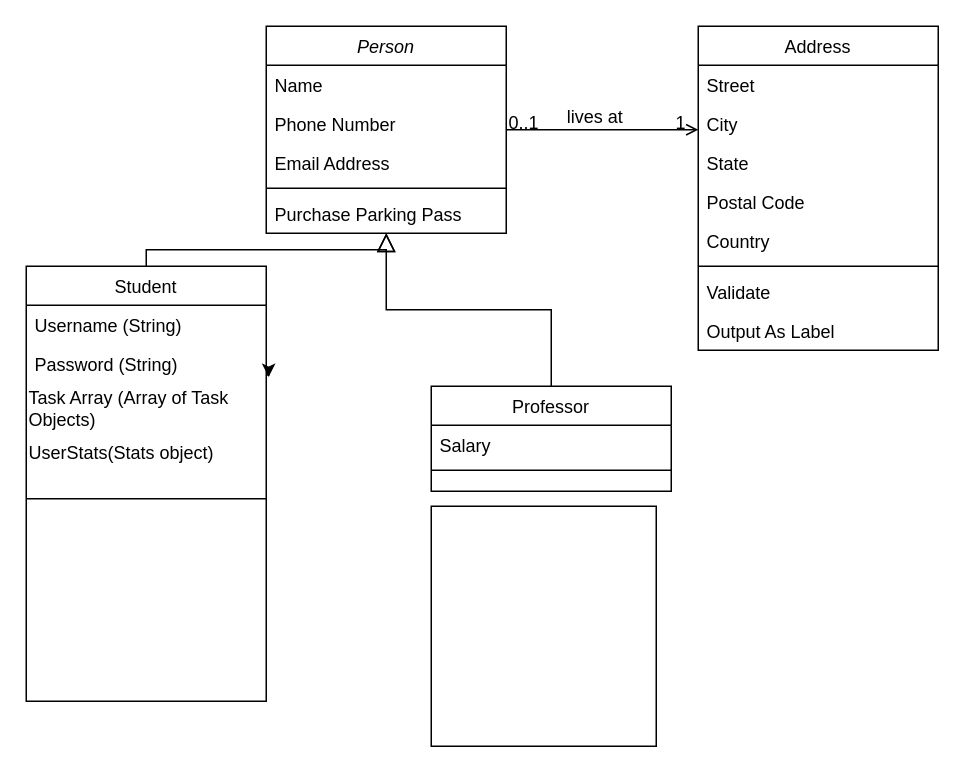
DROFEL/Please_Compile_ProSchoolar keeps this draw.io diagram as Untitled Diagram.drawio. Above is the earlier version. Source tidied: cells renumbered, new cells numbered last; positions are measured from the earlier drawing's top-left corner, leaving out a move shared by most shapes. Both pictures are drawn from the tidied source at 150%, with x=0, y=0 at pixel (26, 26).
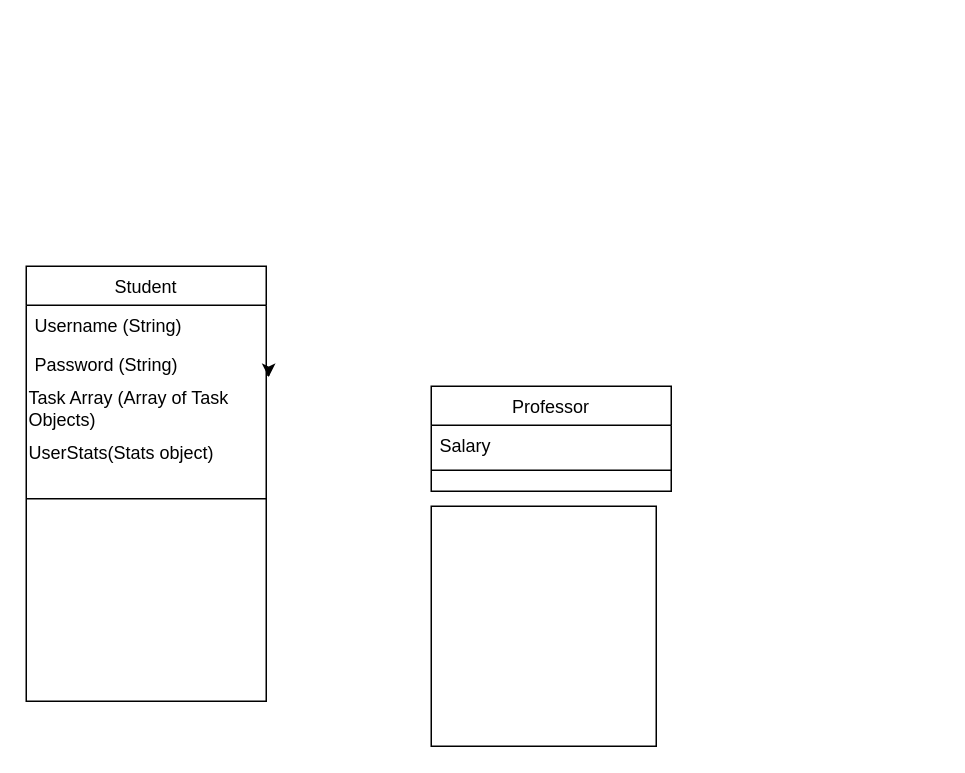
Above is the later version.

Unchanged cells that the change refers to:
```xml
<mxCell id="8" value="Student" style="swimlane;fontStyle=0;align=center;verticalAlign=top;horizontal=1;startSize=26;rounded=0;shadow=0;strokeWidth=1;" parent="1" vertex="1">
  <mxGeometry y="160" width="160" height="290" as="geometry" />
</mxCell>
<mxCell id="16" value="Professor" style="swimlane;fontStyle=0;align=center;verticalAlign=top;horizontal=1;startSize=26;rounded=0;shadow=0;strokeWidth=1;" parent="1" vertex="1">
  <mxGeometry x="270" y="240" width="160" height="70" as="geometry" />
</mxCell>
```

Change to the diagram source:
```diff
@@
-    <mxCell id="2" value="Person" style="swimlane;fontStyle=2;align=center;verticalAlign=top;horizontal=1;startSize=26;rounded=0;shadow=0;strokeWidth=1;" parent="1" vertex="1">
-      <mxGeometry x="160" width="160" height="138" as="geometry" />
-    </mxCell>
-    <mxCell id="3" value="Name" style="text;align=left;verticalAlign=top;spacingLeft=4;spacingRight=4;overflow=hidden;" parent="2" vertex="1">
-      <mxGeometry y="26" width="160" height="26" as="geometry" />
-    </mxCell>
-    <mxCell id="4" value="Phone Number" style="text;align=left;verticalAlign=top;spacingLeft=4;spacingRight=4;overflow=hidden;rounded=0;shadow=0;html=0;" parent="2" vertex="1">
-      <mxGeometry y="52" width="160" height="26" as="geometry" />
-    </mxCell>
-    <mxCell id="5" value="Email Address" style="text;align=left;verticalAlign=top;spacingLeft=4;spacingRight=4;overflow=hidden;rounded=0;shadow=0;html=0;" parent="2" vertex="1">
-      <mxGeometry y="78" width="160" height="26" as="geometry" />
-    </mxCell>
-    <mxCell id="6" style="line;html=1;strokeWidth=1;align=left;verticalAlign=middle;spacingTop=-1;spacingLeft=3;spacingRight=3;labelPosition=right;" parent="2" vertex="1">
-      <mxGeometry y="104" width="160" height="8" as="geometry" />
-    </mxCell>
-    <mxCell id="7" value="Purchase Parking Pass" style="text;align=left;verticalAlign=top;spacingLeft=4;spacingRight=4;overflow=hidden;" parent="2" vertex="1">
-      <mxGeometry y="112" width="160" height="26" as="geometry" />
-    </mxCell>
@@
-    <mxCell id="15" style="endArrow=block;endSize=10;endFill=0;shadow=0;strokeWidth=1;rounded=0;edgeStyle=elbowEdgeStyle;elbow=vertical;" parent="1" edge="1" source="8" target="2">
-      <mxGeometry relative="1" as="geometry" />
-    </mxCell>
@@
-    <mxCell id="19" style="endArrow=block;endSize=10;endFill=0;shadow=0;strokeWidth=1;rounded=0;edgeStyle=elbowEdgeStyle;elbow=vertical;" parent="1" edge="1" source="16" target="2">
-      <mxGeometry relative="1" as="geometry" />
-    </mxCell>
-    <mxCell id="20" value="Address" style="swimlane;fontStyle=0;align=center;verticalAlign=top;horizontal=1;startSize=26;rounded=0;shadow=0;strokeWidth=1;" parent="1" vertex="1">
-      <mxGeometry x="448" width="160" height="216" as="geometry" />
-    </mxCell>
-    <mxCell id="21" value="Street" style="text;align=left;verticalAlign=top;spacingLeft=4;spacingRight=4;overflow=hidden;" parent="20" vertex="1">
-      <mxGeometry y="26" width="160" height="26" as="geometry" />
-    </mxCell>
-    <mxCell id="22" value="City" style="text;align=left;verticalAlign=top;spacingLeft=4;spacingRight=4;overflow=hidden;rounded=0;shadow=0;html=0;" parent="20" vertex="1">
-      <mxGeometry y="52" width="160" height="26" as="geometry" />
-    </mxCell>
-    <mxCell id="23" value="State" style="text;align=left;verticalAlign=top;spacingLeft=4;spacingRight=4;overflow=hidden;rounded=0;shadow=0;html=0;" parent="20" vertex="1">
-      <mxGeometry y="78" width="160" height="26" as="geometry" />
-    </mxCell>
-    <mxCell id="24" value="Postal Code" style="text;align=left;verticalAlign=top;spacingLeft=4;spacingRight=4;overflow=hidden;rounded=0;shadow=0;html=0;" parent="20" vertex="1">
-      <mxGeometry y="104" width="160" height="26" as="geometry" />
-    </mxCell>
-    <mxCell id="25" value="Country" style="text;align=left;verticalAlign=top;spacingLeft=4;spacingRight=4;overflow=hidden;rounded=0;shadow=0;html=0;" parent="20" vertex="1">
-      <mxGeometry y="130" width="160" height="26" as="geometry" />
-    </mxCell>
-    <mxCell id="26" style="line;html=1;strokeWidth=1;align=left;verticalAlign=middle;spacingTop=-1;spacingLeft=3;spacingRight=3;labelPosition=right;" parent="20" vertex="1">
-      <mxGeometry y="156" width="160" height="8" as="geometry" />
-    </mxCell>
-    <mxCell id="27" value="Validate" style="text;align=left;verticalAlign=top;spacingLeft=4;spacingRight=4;overflow=hidden;" parent="20" vertex="1">
-      <mxGeometry y="164" width="160" height="26" as="geometry" />
-    </mxCell>
-    <mxCell id="28" value="Output As Label" style="text;align=left;verticalAlign=top;spacingLeft=4;spacingRight=4;overflow=hidden;" parent="20" vertex="1">
-      <mxGeometry y="190" width="160" height="26" as="geometry" />
-    </mxCell>
-    <mxCell id="29" style="endArrow=open;shadow=0;strokeWidth=1;rounded=0;endFill=1;edgeStyle=elbowEdgeStyle;elbow=vertical;" parent="1" edge="1" source="2" target="20">
-      <mxGeometry x="0.5" y="41" relative="1" as="geometry">
-        <mxPoint x="-40" y="32" as="offset" />
-      </mxGeometry>
-    </mxCell>
-    <mxCell id="30" value="0..1" style="align=left;verticalAlign=bottom;labelBackgroundColor=none;fontSize=12;" parent="29" vertex="1">
-      <mxGeometry x="-1" relative="1" as="geometry">
-        <mxPoint y="4" as="offset" />
-      </mxGeometry>
-    </mxCell>
-    <mxCell id="31" value="1" style="align=right;verticalAlign=bottom;labelBackgroundColor=none;fontSize=12;" parent="29" vertex="1">
-      <mxGeometry x="1" relative="1" as="geometry">
-        <mxPoint x="-7" y="4" as="offset" />
-      </mxGeometry>
-    </mxCell>
-    <mxCell id="32" value="lives at" style="text;html=1;align=center;verticalAlign=middle;labelBackgroundColor=none;rounded=0;shadow=0;strokeWidth=1;fontSize=12;" parent="29" vertex="1">
-      <mxGeometry x="0.5" y="49" relative="1" as="geometry">
-        <mxPoint x="-38" y="40" as="offset" />
-      </mxGeometry>
-    </mxCell>
```
